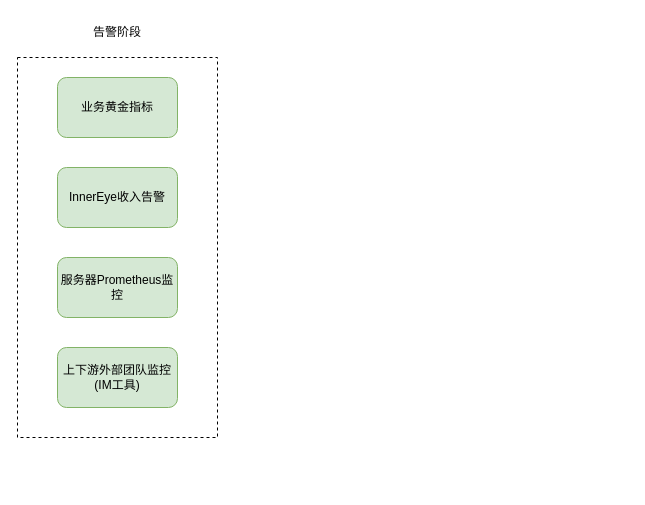
The draw.io diagram universal-engine/业务告警-告警阶段与执行梳理.drawio in karlchan-cn/drawio-repository, before the edit. Source tidied: cells renumbered, new cells numbered last; positions are measured from the earlier drawing's top-left corner, leaving out a move shared by most shapes. Both pictures are drawn from the tidied source at 100%, with x=0, y=0 at pixel (17, 17).
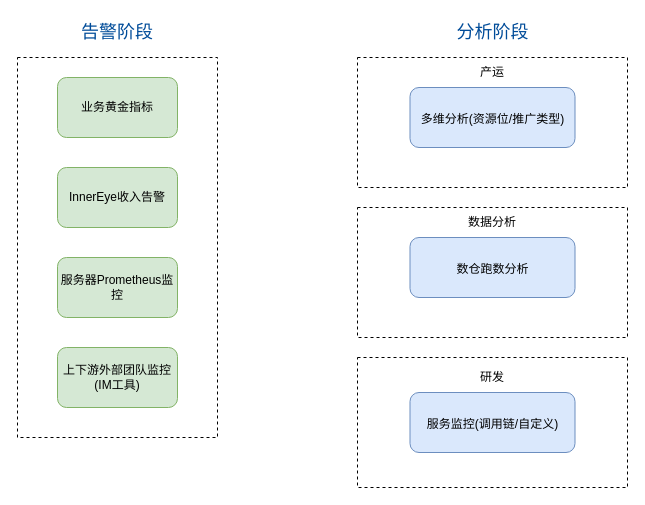
The same diagram, later.

Commit message:
更新业务告警-告警阶段与执行梳理.drawio

The edit, as a diff of the source:
```diff
@@
 <mxGraphModel>
   <root>
     <mxCell id="0" />
     <mxCell id="1" parent="0" />
     <mxCell id="2" style="rounded=0;whiteSpace=wrap;html=1;fillColor=none;dashed=1;" parent="1" vertex="1">
       <mxGeometry y="40" width="200" height="380" as="geometry" />
     </mxCell>
-    <mxCell id="3" value="告警阶段" style="text;html=1;strokeColor=none;fillColor=none;align=center;verticalAlign=middle;whiteSpace=wrap;rounded=0;" parent="1" vertex="1">
-      <mxGeometry x="70" width="60" height="30" as="geometry" />
+    <mxCell id="3" value="&lt;font style=&quot;font-size: 18px;&quot;&gt;告警阶段&lt;/font&gt;" style="text;html=1;strokeColor=none;fillColor=none;align=center;verticalAlign=middle;whiteSpace=wrap;rounded=0;fontColor=#004C99;" parent="1" vertex="1">
+      <mxGeometry x="35" width="130" height="30" as="geometry" />
     </mxCell>
     <mxCell id="4" value="业务黄金指标" style="rounded=1;whiteSpace=wrap;html=1;fillColor=#d5e8d4;strokeColor=#82b366;" parent="1" vertex="1">
       <mxGeometry x="40" y="60" width="120" height="60" as="geometry" />
     </mxCell>
     <mxCell id="5" value="InnerEye收入告警" style="rounded=1;whiteSpace=wrap;html=1;fillColor=#d5e8d4;strokeColor=#82b366;" parent="1" vertex="1">
       <mxGeometry x="40" y="150" width="120" height="60" as="geometry" />
     </mxCell>
     <mxCell id="6" value="服务器Prometheus监控" style="rounded=1;whiteSpace=wrap;html=1;fillColor=#d5e8d4;strokeColor=#82b366;" parent="1" vertex="1">
       <mxGeometry x="40" y="240" width="120" height="60" as="geometry" />
     </mxCell>
     <mxCell id="7" value="上下游外部团队监控(IM工具)" style="rounded=1;whiteSpace=wrap;html=1;fillColor=#d5e8d4;strokeColor=#82b366;" parent="1" vertex="1">
       <mxGeometry x="40" y="330" width="120" height="60" as="geometry" />
     </mxCell>
+    <mxCell id="8" style="rounded=0;whiteSpace=wrap;html=1;fillColor=none;dashed=1;" parent="1" vertex="1">
+      <mxGeometry x="340" y="40" width="270" height="130" as="geometry" />
+    </mxCell>
+    <mxCell id="9" value="&lt;font style=&quot;font-size: 18px;&quot;&gt;分析阶段&lt;/font&gt;" style="text;html=1;strokeColor=none;fillColor=none;align=center;verticalAlign=middle;whiteSpace=wrap;rounded=0;fontColor=#004C99;" parent="1" vertex="1">
+      <mxGeometry x="407.5" width="135" height="30" as="geometry" />
+    </mxCell>
+    <mxCell id="10" value="产运" style="text;html=1;strokeColor=none;fillColor=none;align=center;verticalAlign=middle;whiteSpace=wrap;rounded=0;" parent="1" vertex="1">
+      <mxGeometry x="445" y="40" width="60" height="30" as="geometry" />
+    </mxCell>
+    <mxCell id="11" value="&lt;span style=&quot;font-size: 12px;&quot;&gt;多维分析(资源位/推广类型)&lt;/span&gt;" style="rounded=1;whiteSpace=wrap;html=1;fontSize=18;fillColor=#dae8fc;strokeColor=#6c8ebf;" parent="1" vertex="1">
+      <mxGeometry x="392.5" y="70" width="165" height="60" as="geometry" />
+    </mxCell>
+    <mxCell id="12" style="rounded=0;whiteSpace=wrap;html=1;fillColor=none;dashed=1;" parent="1" vertex="1">
+      <mxGeometry x="340" y="190" width="270" height="130" as="geometry" />
+    </mxCell>
+    <mxCell id="13" value="数据分析" style="text;html=1;strokeColor=none;fillColor=none;align=center;verticalAlign=middle;whiteSpace=wrap;rounded=0;" parent="1" vertex="1">
+      <mxGeometry x="445" y="190" width="60" height="30" as="geometry" />
+    </mxCell>
+    <mxCell id="14" value="&lt;span style=&quot;font-size: 12px;&quot;&gt;数仓跑数分析&lt;/span&gt;" style="rounded=1;whiteSpace=wrap;html=1;fontSize=18;fillColor=#dae8fc;strokeColor=#6c8ebf;" parent="1" vertex="1">
+      <mxGeometry x="392.5" y="220" width="165" height="60" as="geometry" />
+    </mxCell>
+    <mxCell id="15" style="rounded=0;whiteSpace=wrap;html=1;fillColor=none;dashed=1;" parent="1" vertex="1">
+      <mxGeometry x="340" y="340" width="270" height="130" as="geometry" />
+    </mxCell>
+    <mxCell id="16" value="研发" style="text;html=1;strokeColor=none;fillColor=none;align=center;verticalAlign=middle;whiteSpace=wrap;rounded=0;" parent="1" vertex="1">
+      <mxGeometry x="445" y="345" width="60" height="30" as="geometry" />
+    </mxCell>
+    <mxCell id="17" value="&lt;span style=&quot;font-size: 12px;&quot;&gt;服务监控(调用链/自定义)&lt;/span&gt;" style="rounded=1;whiteSpace=wrap;html=1;fontSize=18;fillColor=#dae8fc;strokeColor=#6c8ebf;" parent="1" vertex="1">
+      <mxGeometry x="392.5" y="375" width="165" height="60" as="geometry" />
+    </mxCell>
   </root>
 </mxGraphModel>
```
